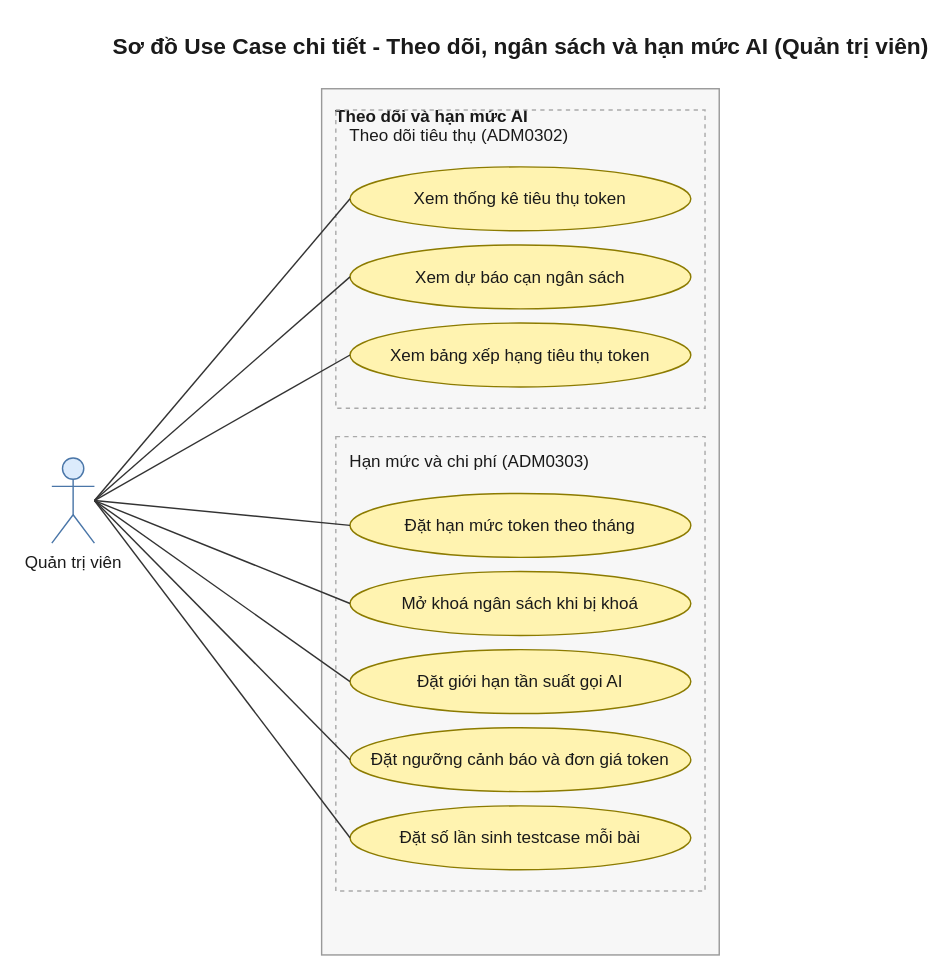
Above: 08-diagram/usecase/admin/usecase_admin_ngan_sach_token_ai.drawio in daiphu1801/PRJ_ALGOPREP (draw.io), before the change. Source tidied: cells renumbered, new cells numbered last; positions are measured from the earlier drawing's top-left corner, leaving out a move shared by most shapes. Both pictures are drawn from the tidied source at 142%, with x=0, y=0 at pixel (51, 24).
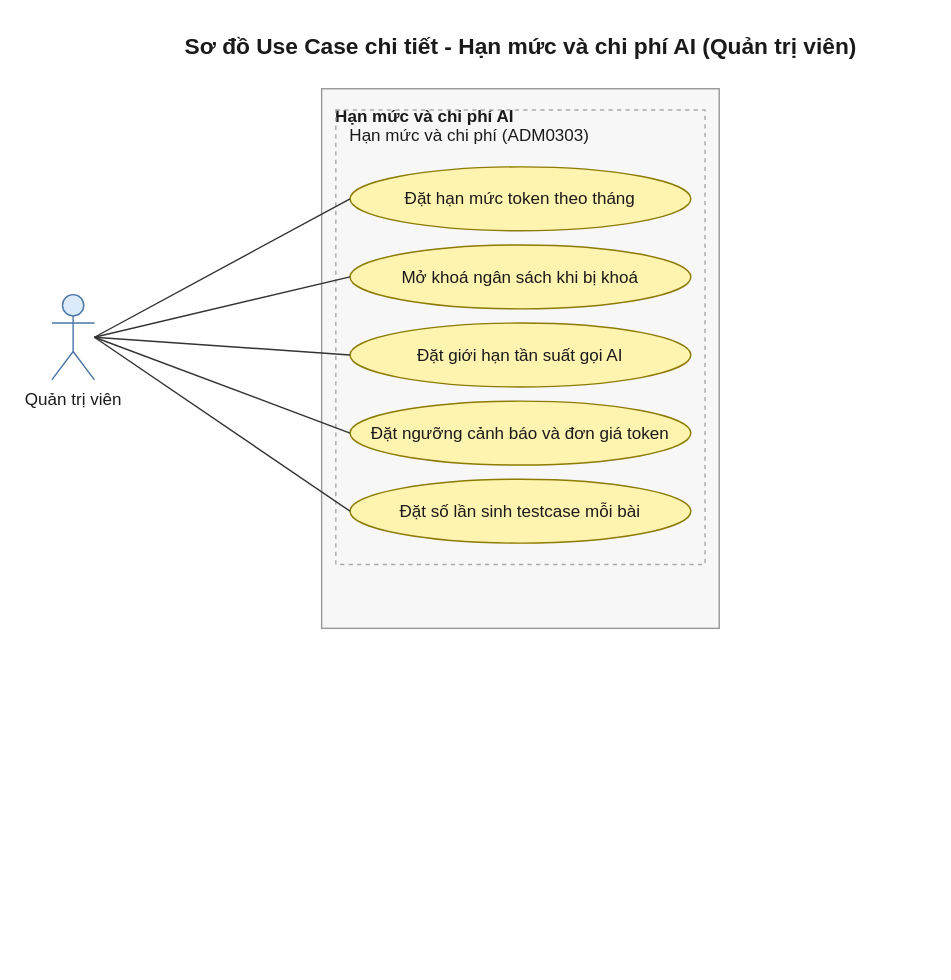
Above is the later version.

Change to the diagram source:
```diff
@@
-    <mxCell id="2" value="Theo dõi và hạn mức AI" style="rounded=0;whiteSpace=wrap;html=1;fillColor=#F7F7F7;strokeColor=#999999;verticalAlign=top;align=left;spacingLeft=8;spacingTop=6;fontColor=#1A1A1A;fontStyle=1;" parent="1" vertex="1">
-      <mxGeometry x="190" y="45" width="280" height="610" as="geometry" />
+    <mxCell id="2" value="Hạn mức và chi phí AI" style="rounded=0;whiteSpace=wrap;html=1;fillColor=#F7F7F7;strokeColor=#999999;verticalAlign=top;align=left;spacingLeft=8;spacingTop=6;fontColor=#1A1A1A;fontStyle=1;" parent="1" vertex="1">
+      <mxGeometry x="190" y="45" width="280" height="380" as="geometry" />
     </mxCell>
-    <mxCell id="3" value="Sơ đồ Use Case chi tiết - Theo dõi, ngân sách và hạn mức AI (Quản trị viên)" style="text;html=1;fontSize=16;fontStyle=1;align=center;verticalAlign=middle;fontColor=#1A1A1A;" parent="1" vertex="1">
+    <mxCell id="3" value="Sơ đồ Use Case chi tiết - Hạn mức và chi phí AI (Quản trị viên)" style="text;html=1;fontSize=16;fontStyle=1;align=center;verticalAlign=middle;fontColor=#1A1A1A;" parent="1" vertex="1">
       <mxGeometry x="190" width="280" height="30" as="geometry" />
     </mxCell>
-    <mxCell id="4" value="Theo dõi tiêu thụ (ADM0302)" style="rounded=0;dashed=1;whiteSpace=wrap;html=1;fillColor=none;strokeColor=#AAAAAA;verticalAlign=top;align=left;spacingLeft=8;spacingTop=4;fontColor=#1A1A1A;" parent="1" vertex="1">
-      <mxGeometry x="200" y="60" width="260" height="210" as="geometry" />
+    <mxCell id="4" value="Hạn mức và chi phí (ADM0303)" style="rounded=0;dashed=1;whiteSpace=wrap;html=1;fillColor=none;strokeColor=#AAAAAA;verticalAlign=top;align=left;spacingLeft=8;spacingTop=4;fontColor=#1A1A1A;" parent="1" vertex="1">
+      <mxGeometry x="200" y="60" width="260" height="320" as="geometry" />
     </mxCell>
-    <mxCell id="5" value="Xem thống kê tiêu thụ token" style="ellipse;whiteSpace=wrap;html=1;fillColor=#FFF3B0;strokeColor=#8C7B00;fontColor=#1A1A1A;" parent="1" vertex="1">
+    <mxCell id="5" value="Đặt hạn mức token theo tháng" style="ellipse;whiteSpace=wrap;html=1;fillColor=#FFF3B0;strokeColor=#8C7B00;fontColor=#1A1A1A;" parent="1" vertex="1">
       <mxGeometry x="210" y="100" width="240" height="45" as="geometry" />
     </mxCell>
-    <mxCell id="6" value="Xem dự báo cạn ngân sách" style="ellipse;whiteSpace=wrap;html=1;fillColor=#FFF3B0;strokeColor=#8C7B00;fontColor=#1A1A1A;" parent="1" vertex="1">
+    <mxCell id="6" value="Mở khoá ngân sách khi bị khoá" style="ellipse;whiteSpace=wrap;html=1;fillColor=#FFF3B0;strokeColor=#8C7B00;fontColor=#1A1A1A;" parent="1" vertex="1">
       <mxGeometry x="210" y="155" width="240" height="45" as="geometry" />
     </mxCell>
-    <mxCell id="7" value="Xem bảng xếp hạng tiêu thụ token" style="ellipse;whiteSpace=wrap;html=1;fillColor=#FFF3B0;strokeColor=#8C7B00;fontColor=#1A1A1A;" parent="1" vertex="1">
+    <mxCell id="7" value="Đặt giới hạn tần suất gọi AI" style="ellipse;whiteSpace=wrap;html=1;fillColor=#FFF3B0;strokeColor=#8C7B00;fontColor=#1A1A1A;" parent="1" vertex="1">
       <mxGeometry x="210" y="210" width="240" height="45" as="geometry" />
     </mxCell>
-    <mxCell id="8" value="Hạn mức và chi phí (ADM0303)" style="rounded=0;dashed=1;whiteSpace=wrap;html=1;fillColor=none;strokeColor=#AAAAAA;verticalAlign=top;align=left;spacingLeft=8;spacingTop=4;fontColor=#1A1A1A;" parent="1" vertex="1">
-      <mxGeometry x="200" y="290" width="260" height="320" as="geometry" />
+    <mxCell id="8" value="Đặt ngưỡng cảnh báo và đơn giá token" style="ellipse;whiteSpace=wrap;html=1;fillColor=#FFF3B0;strokeColor=#8C7B00;fontColor=#1A1A1A;" parent="1" vertex="1">
+      <mxGeometry x="210" y="265" width="240" height="45" as="geometry" />
     </mxCell>
-    <mxCell id="9" value="Đặt hạn mức token theo tháng" style="ellipse;whiteSpace=wrap;html=1;fillColor=#FFF3B0;strokeColor=#8C7B00;fontColor=#1A1A1A;" parent="1" vertex="1">
-      <mxGeometry x="210" y="330" width="240" height="45" as="geometry" />
+    <mxCell id="9" value="Đặt số lần sinh testcase mỗi bài" style="ellipse;whiteSpace=wrap;html=1;fillColor=#FFF3B0;strokeColor=#8C7B00;fontColor=#1A1A1A;" parent="1" vertex="1">
+      <mxGeometry x="210" y="320" width="240" height="45" as="geometry" />
     </mxCell>
-    <mxCell id="10" value="Mở khoá ngân sách khi bị khoá" style="ellipse;whiteSpace=wrap;html=1;fillColor=#FFF3B0;strokeColor=#8C7B00;fontColor=#1A1A1A;" parent="1" vertex="1">
-      <mxGeometry x="210" y="385" width="240" height="45" as="geometry" />
+    <mxCell id="10" value="Quản trị viên" style="shape=umlActor;verticalLabelPosition=bottom;verticalAlign=top;html=1;outlineConnect=0;fillColor=#DCEBFC;strokeColor=#4A76A8;fontColor=#1A1A1A;" parent="1" vertex="1">
+      <mxGeometry y="190" width="30" height="60" as="geometry" />
     </mxCell>
-    <mxCell id="11" value="Đặt giới hạn tần suất gọi AI" style="ellipse;whiteSpace=wrap;html=1;fillColor=#FFF3B0;strokeColor=#8C7B00;fontColor=#1A1A1A;" parent="1" vertex="1">
-      <mxGeometry x="210" y="440" width="240" height="45" as="geometry" />
-    </mxCell>
-    <mxCell id="12" value="Đặt ngưỡng cảnh báo và đơn giá token" style="ellipse;whiteSpace=wrap;html=1;fillColor=#FFF3B0;strokeColor=#8C7B00;fontColor=#1A1A1A;" parent="1" vertex="1">
-      <mxGeometry x="210" y="495" width="240" height="45" as="geometry" />
-    </mxCell>
-    <mxCell id="13" value="Đặt số lần sinh testcase mỗi bài" style="ellipse;whiteSpace=wrap;html=1;fillColor=#FFF3B0;strokeColor=#8C7B00;fontColor=#1A1A1A;" parent="1" vertex="1">
-      <mxGeometry x="210" y="550" width="240" height="45" as="geometry" />
-    </mxCell>
-    <mxCell id="14" value="Quản trị viên" style="shape=umlActor;verticalLabelPosition=bottom;verticalAlign=top;html=1;outlineConnect=0;fillColor=#DCEBFC;strokeColor=#4A76A8;fontColor=#1A1A1A;" parent="1" vertex="1">
-      <mxGeometry y="305" width="30" height="60" as="geometry" />
-    </mxCell>
+    <mxCell id="23" style="edgeStyle=none;html=1;endArrow=none;startArrow=none;strokeColor=#333333;exitX=1;exitY=0.5;exitDx=0;exitDy=0;entryX=0;entryY=0.5;entryDx=0;entryDy=0;" parent="1" edge="1" source="10" target="5">
+      <mxGeometry relative="1" as="geometry" />
+    </mxCell>
+    <mxCell id="24" style="edgeStyle=none;html=1;endArrow=none;startArrow=none;strokeColor=#333333;exitX=1;exitY=0.5;exitDx=0;exitDy=0;entryX=0;entryY=0.5;entryDx=0;entryDy=0;" parent="1" edge="1" source="10" target="6">
+      <mxGeometry relative="1" as="geometry" />
+    </mxCell>
+    <mxCell id="25" style="edgeStyle=none;html=1;endArrow=none;startArrow=none;strokeColor=#333333;exitX=1;exitY=0.5;exitDx=0;exitDy=0;entryX=0;entryY=0.5;entryDx=0;entryDy=0;" parent="1" edge="1" source="10" target="7">
+      <mxGeometry relative="1" as="geometry" />
+    </mxCell>
+    <mxCell id="26" style="edgeStyle=none;html=1;endArrow=none;startArrow=none;strokeColor=#333333;exitX=1;exitY=0.5;exitDx=0;exitDy=0;entryX=0;entryY=0.5;entryDx=0;entryDy=0;" parent="1" edge="1" source="10" target="8">
+      <mxGeometry relative="1" as="geometry" />
+    </mxCell>
-    <mxCell id="15" style="edgeStyle=none;html=1;endArrow=none;startArrow=none;strokeColor=#333333;exitX=1;exitY=0.5;exitDx=0;exitDy=0;entryX=0;entryY=0.5;entryDx=0;entryDy=0;" parent="1" edge="1" source="14" target="5">
+    <mxCell id="15" style="edgeStyle=none;html=1;endArrow=none;startArrow=none;strokeColor=#333333;exitX=1;exitY=0.5;exitDx=0;exitDy=0;entryX=0;entryY=0.5;entryDx=0;entryDy=0;" parent="1" edge="1" source="10" target="9">
       <mxGeometry relative="1" as="geometry" />
     </mxCell>
-    <mxCell id="16" style="edgeStyle=none;html=1;endArrow=none;startArrow=none;strokeColor=#333333;exitX=1;exitY=0.5;exitDx=0;exitDy=0;entryX=0;entryY=0.5;entryDx=0;entryDy=0;" parent="1" edge="1" source="14" target="6">
-      <mxGeometry relative="1" as="geometry" />
-    </mxCell>
-    <mxCell id="17" style="edgeStyle=none;html=1;endArrow=none;startArrow=none;strokeColor=#333333;exitX=1;exitY=0.5;exitDx=0;exitDy=0;entryX=0;entryY=0.5;entryDx=0;entryDy=0;" parent="1" edge="1" source="14" target="7">
-      <mxGeometry relative="1" as="geometry" />
-    </mxCell>
-    <mxCell id="18" style="edgeStyle=none;html=1;endArrow=none;startArrow=none;strokeColor=#333333;exitX=1;exitY=0.5;exitDx=0;exitDy=0;entryX=0;entryY=0.5;entryDx=0;entryDy=0;" parent="1" edge="1" source="14" target="9">
-      <mxGeometry relative="1" as="geometry" />
-    </mxCell>
-    <mxCell id="19" style="edgeStyle=none;html=1;endArrow=none;startArrow=none;strokeColor=#333333;exitX=1;exitY=0.5;exitDx=0;exitDy=0;entryX=0;entryY=0.5;entryDx=0;entryDy=0;" parent="1" edge="1" source="14" target="10">
-      <mxGeometry relative="1" as="geometry" />
-    </mxCell>
-    <mxCell id="20" style="edgeStyle=none;html=1;endArrow=none;startArrow=none;strokeColor=#333333;exitX=1;exitY=0.5;exitDx=0;exitDy=0;entryX=0;entryY=0.5;entryDx=0;entryDy=0;" parent="1" edge="1" source="14" target="11">
-      <mxGeometry relative="1" as="geometry" />
-    </mxCell>
-    <mxCell id="21" style="edgeStyle=none;html=1;endArrow=none;startArrow=none;strokeColor=#333333;exitX=1;exitY=0.5;exitDx=0;exitDy=0;entryX=0;entryY=0.5;entryDx=0;entryDy=0;" parent="1" edge="1" source="14" target="12">
-      <mxGeometry relative="1" as="geometry" />
-    </mxCell>
-    <mxCell id="22" style="edgeStyle=none;html=1;endArrow=none;startArrow=none;strokeColor=#333333;exitX=1;exitY=0.5;exitDx=0;exitDy=0;entryX=0;entryY=0.5;entryDx=0;entryDy=0;" parent="1" edge="1" source="14" target="13">
-      <mxGeometry relative="1" as="geometry" />
-    </mxCell>
```
